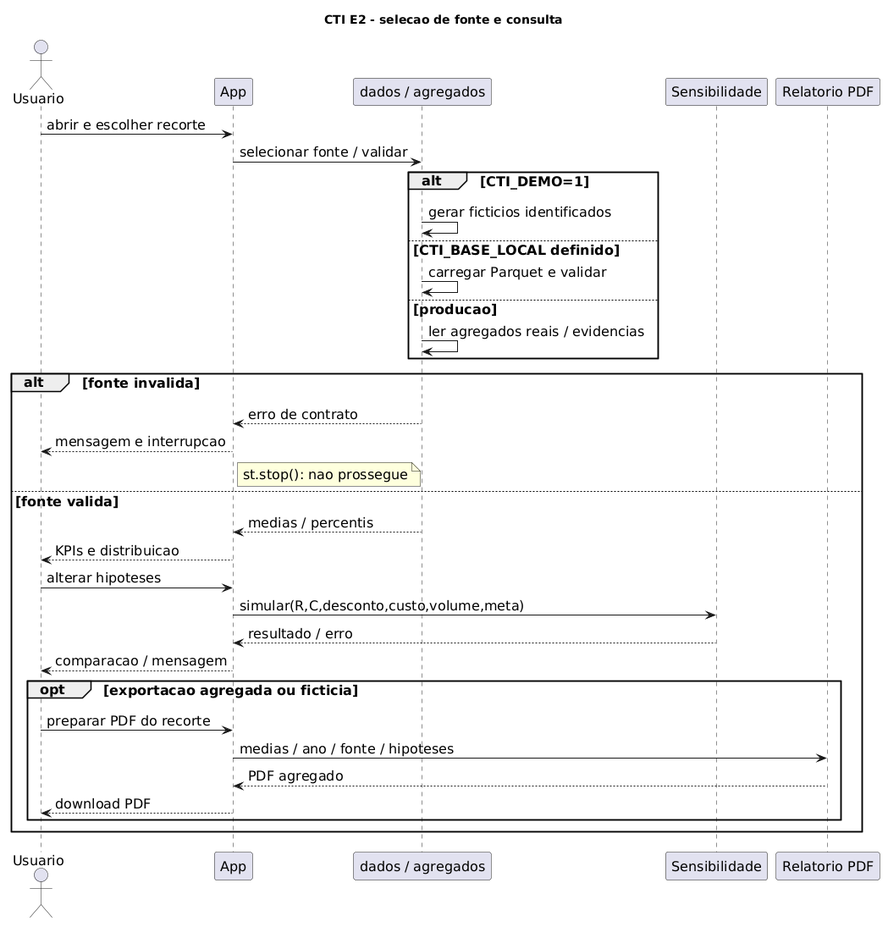
Before: documentos/Entrega 2/ES e ML/sequencia.png, a diagram exported from PlantUML (2026-2-NCC4/Projeto6).
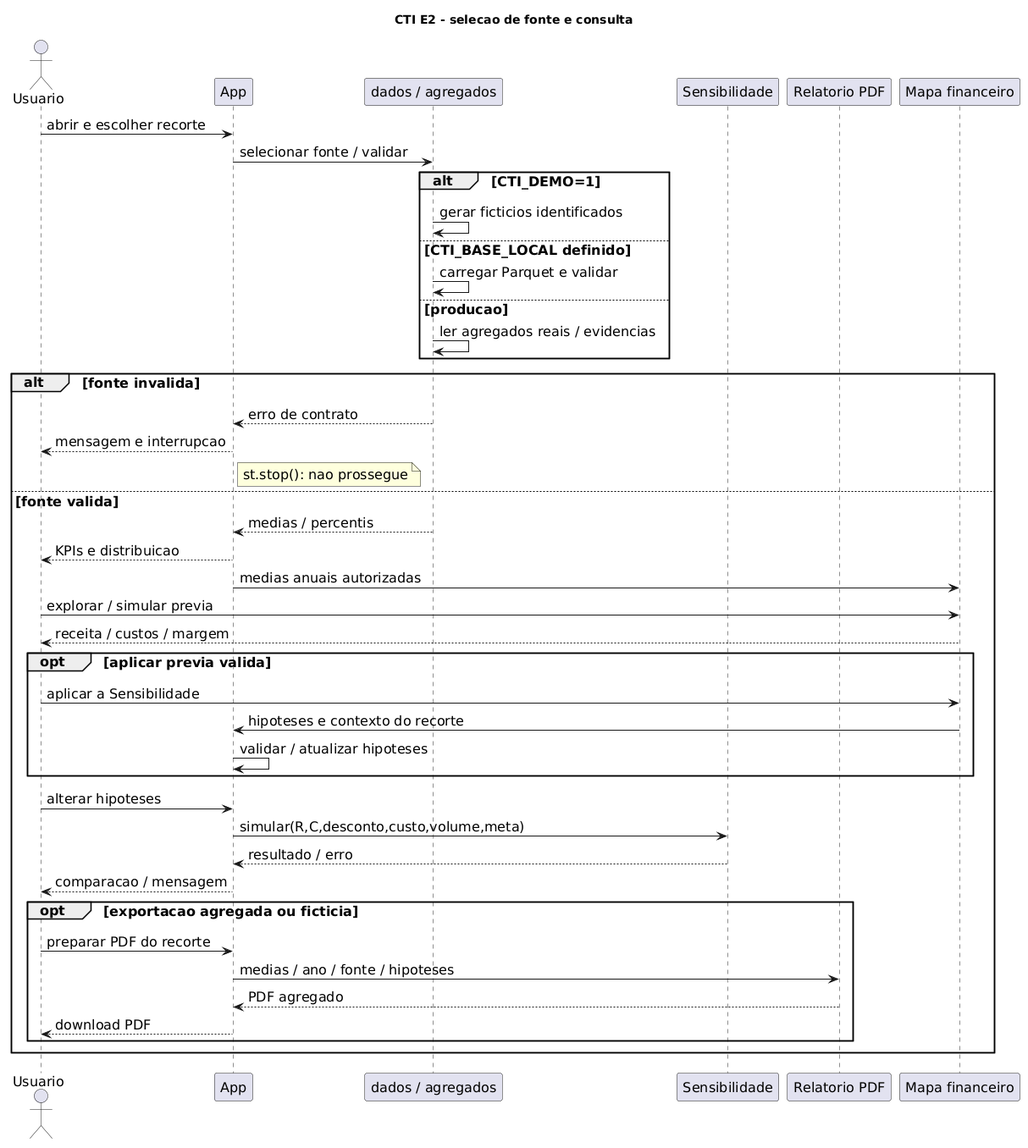
The same file after the commit.

Change to the diagram source:
```diff
@@ -7,6 +7,7 @@
 participant "dados / agregados" as Fonte
 participant Sensibilidade
 participant "Relatorio PDF" as PDF
+participant "Mapa financeiro" as Mapa
 Usuario -> App : abrir e escolher recorte
 App -> Fonte : selecionar fonte / validar
 alt CTI_DEMO=1
@@ -23,6 +24,14 @@
 else fonte valida
 Fonte --> App : medias / percentis
 App --> Usuario : KPIs e distribuicao
+App -> Mapa : medias anuais autorizadas
+Usuario -> Mapa : explorar / simular previa
+Mapa --> Usuario : receita / custos / margem
+opt aplicar previa valida
+Usuario -> Mapa : aplicar a Sensibilidade
+Mapa -> App : hipoteses e contexto do recorte
+App -> App : validar / atualizar hipoteses
+end
 Usuario -> App : alterar hipoteses
 App -> Sensibilidade : simular(R,C,desconto,custo,volume,meta)
 Sensibilidade --> App : resultado / erro
```
